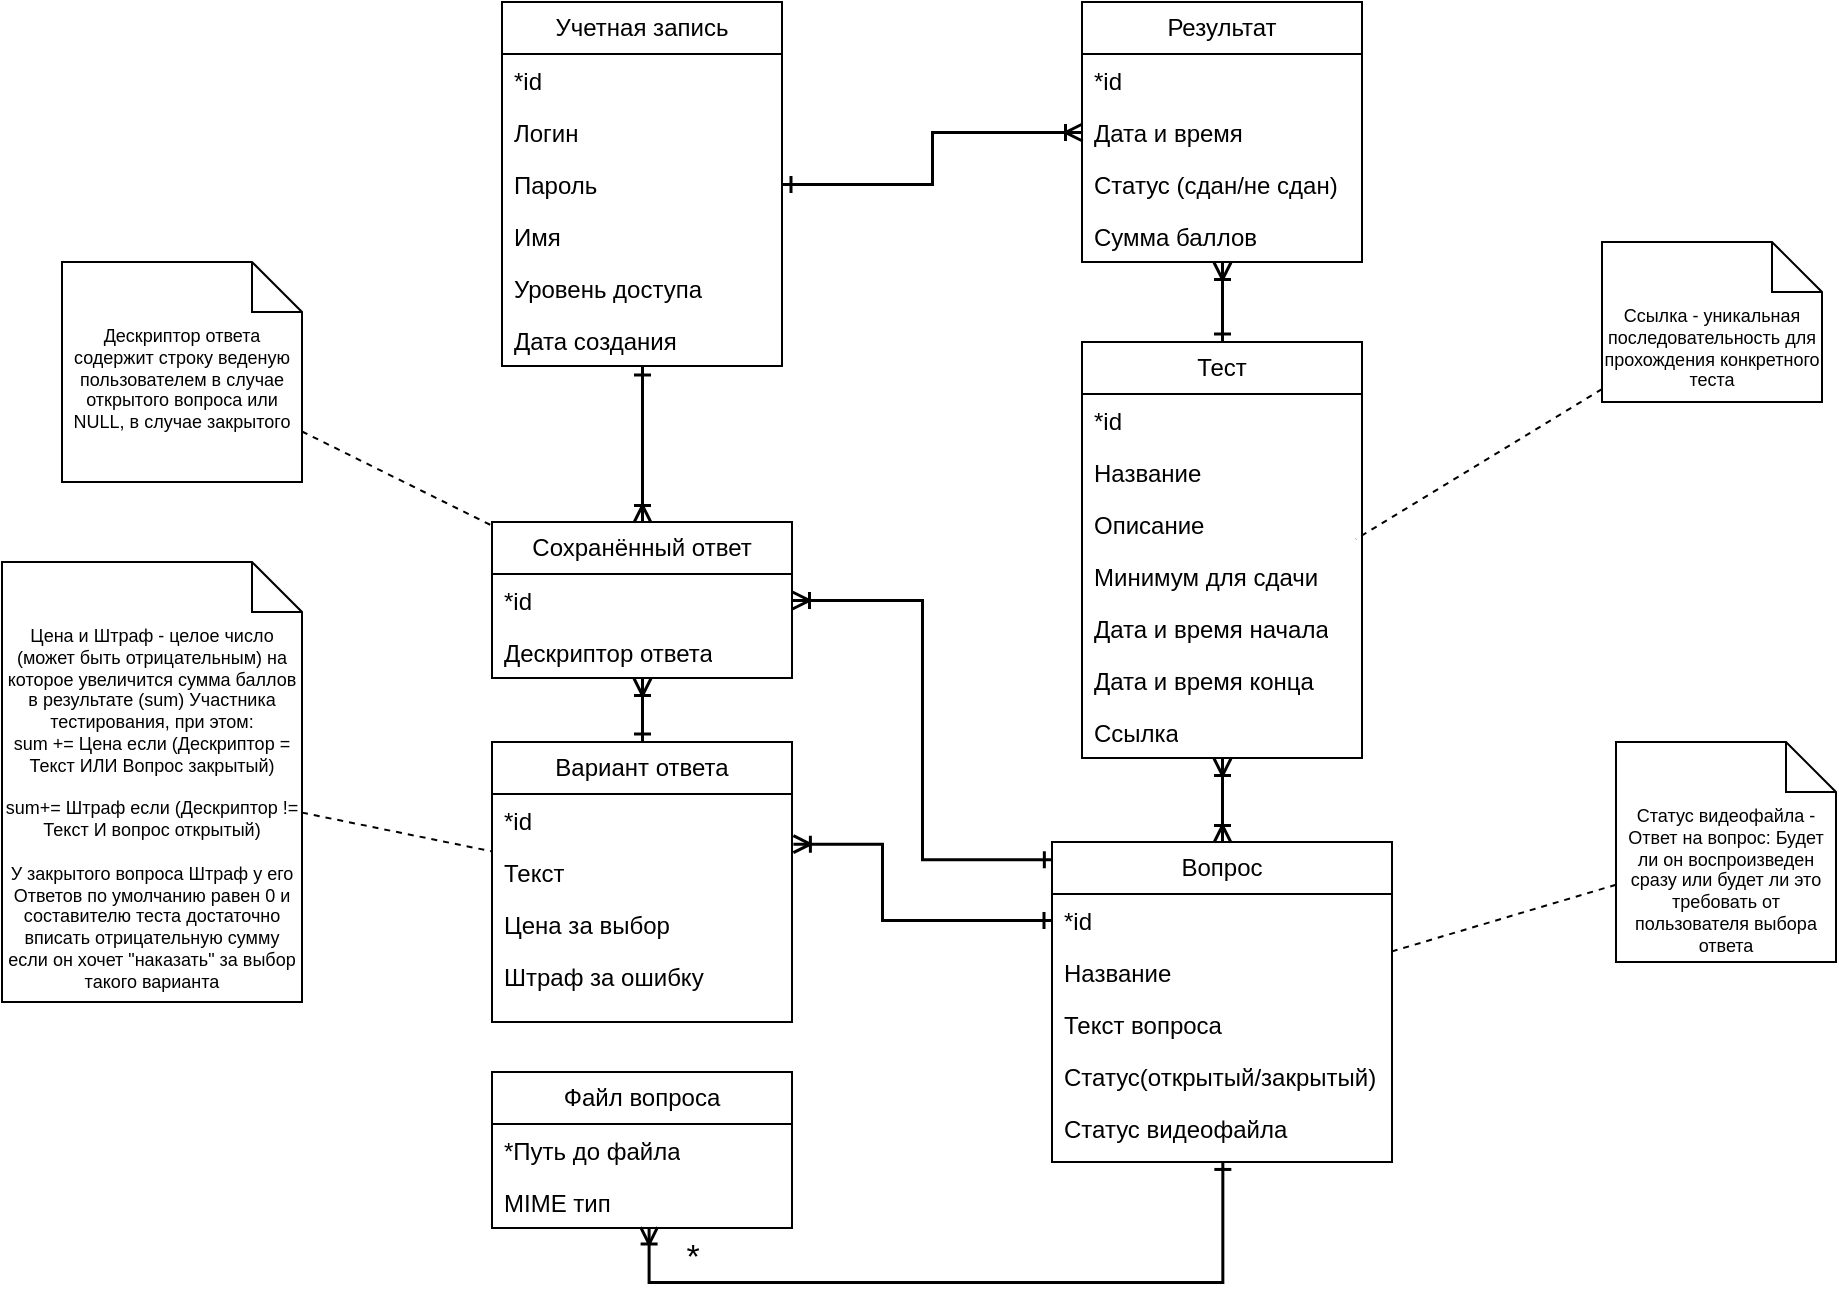
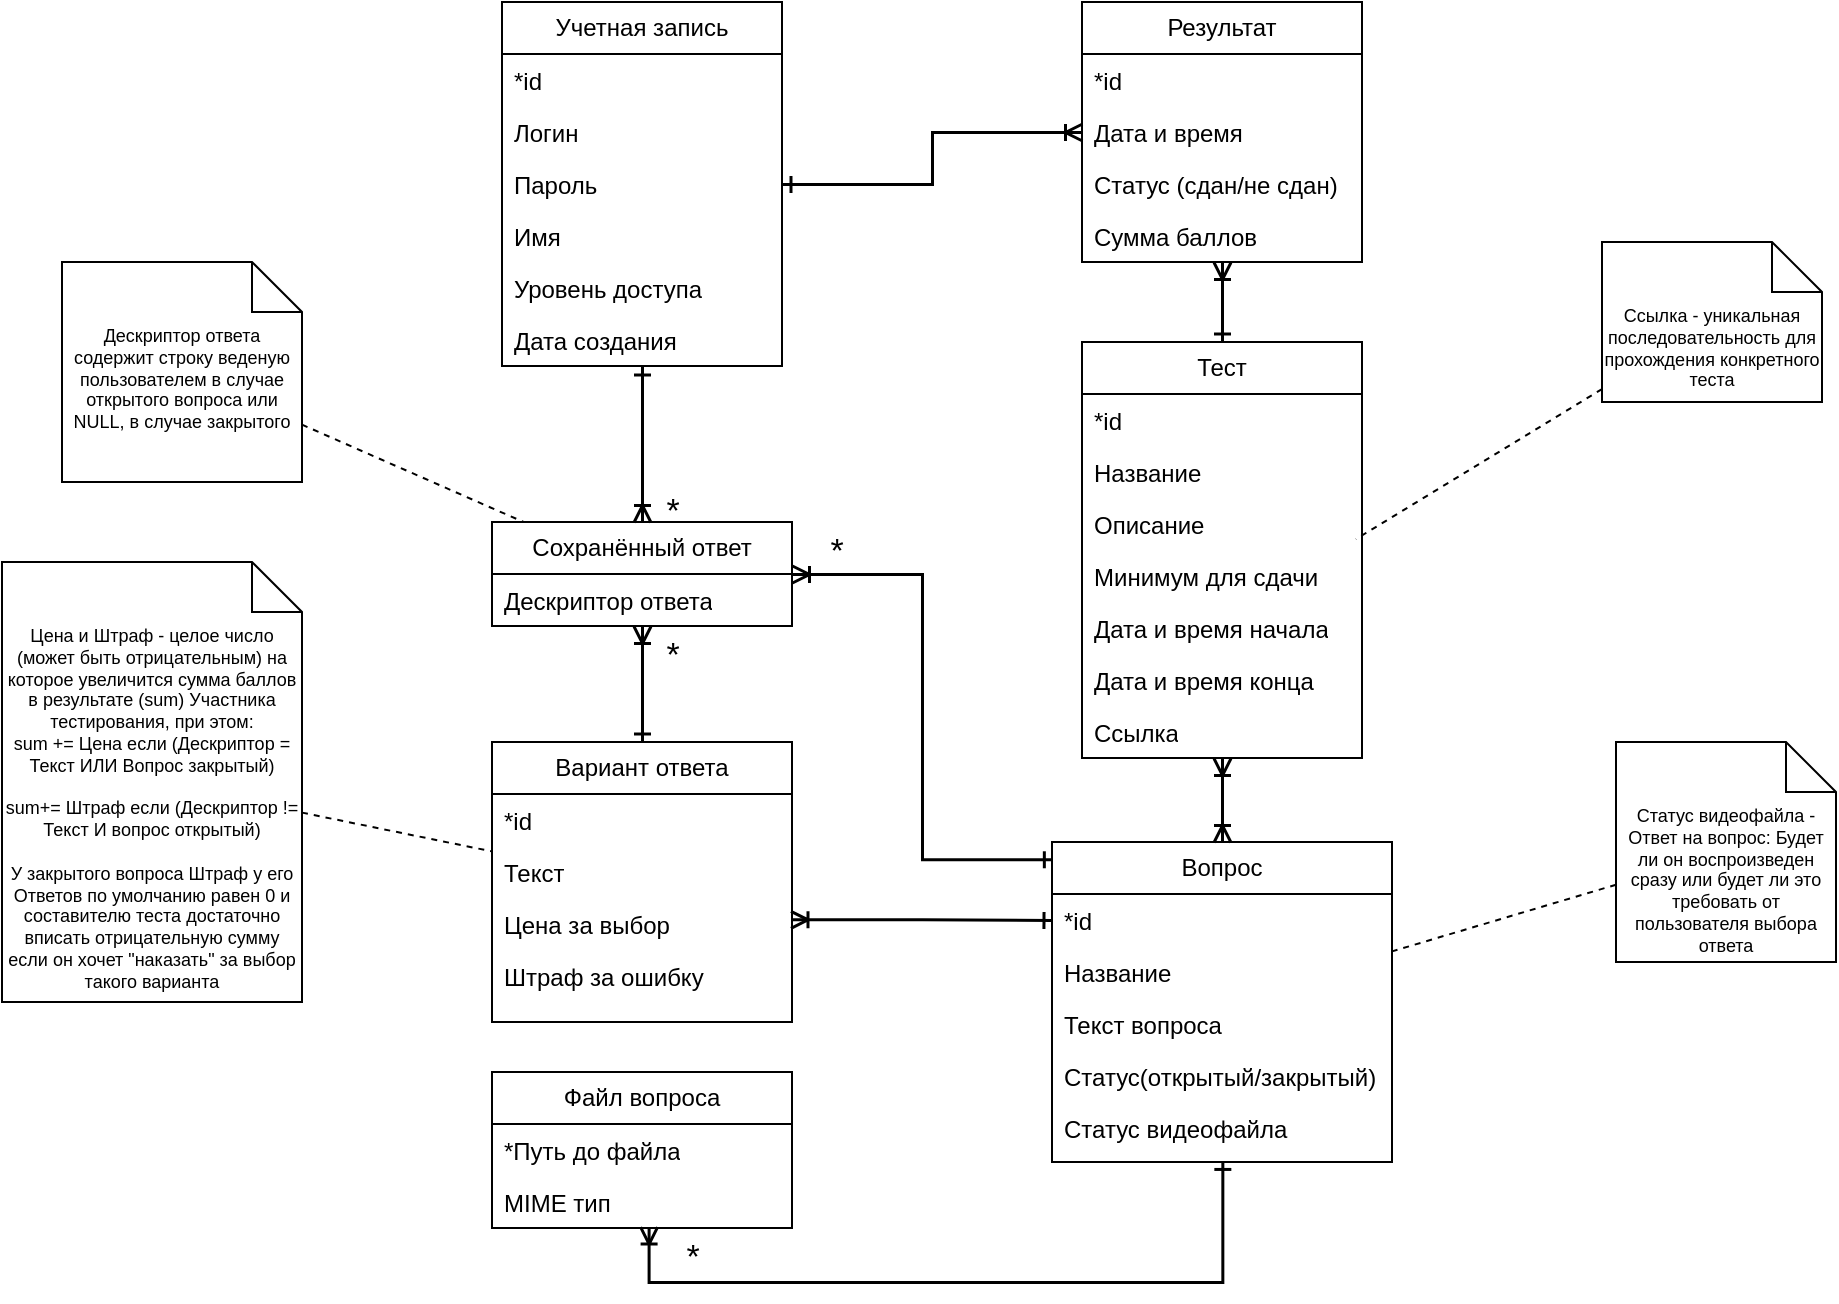
- <mxfile host="app.diagrams.net" agent="Mozilla/5.0 (Windows NT 10.0; Win64; x64) AppleWebKit/537.36 (KHTML, like Gecko) Chrome/128.0.0.0 Safari/537.36 OPR/114.0.0.0 (Edition Yx 05)" version="24.8.3">
+ <mxfile host="app.diagrams.net" agent="Mozilla/5.0 (Windows NT 10.0; Win64; x64) AppleWebKit/537.36 (KHTML, like Gecko) Chrome/128.0.0.0 Safari/537.36 OPR/114.0.0.0 (Edition Yx 05)" version="24.8.4">
  <diagram name="Страница — 1" id="Pyf_nM96_FbpkDj3g_Yq">
    <mxGraphModel dx="2084" dy="683" grid="1" gridSize="10" guides="1" tooltips="1" connect="1" arrows="1" fold="1" page="1" pageScale="1" pageWidth="827" pageHeight="1169" math="0" shadow="0">
      <root>
        <mxCell id="0" />
        <mxCell id="1" parent="0" />
-         <mxCell id="wM_eBRZhTEVxnyZsEIDz-1" value="Учетная запись" style="swimlane;fontStyle=0;childLayout=stackLayout;horizontal=1;startSize=26;fillColor=none;horizontalStack=0;resizeParent=1;resizeParentMax=0;resizeLast=0;collapsible=1;marginBottom=0;whiteSpace=wrap;html=1;" vertex="1" parent="1">
+         <mxCell id="wM_eBRZhTEVxnyZsEIDz-1" value="Учетная запись" style="swimlane;fontStyle=0;childLayout=stackLayout;horizontal=1;startSize=26;fillColor=none;horizontalStack=0;resizeParent=1;resizeParentMax=0;resizeLast=0;collapsible=1;marginBottom=0;whiteSpace=wrap;html=1;" parent="1" vertex="1">
          <mxGeometry x="160" y="50" width="140" height="182" as="geometry" />
        </mxCell>
-         <mxCell id="wM_eBRZhTEVxnyZsEIDz-2" value="*id" style="text;strokeColor=none;fillColor=none;align=left;verticalAlign=top;spacingLeft=4;spacingRight=4;overflow=hidden;rotatable=0;points=[[0,0.5],[1,0.5]];portConstraint=eastwest;whiteSpace=wrap;html=1;" vertex="1" parent="wM_eBRZhTEVxnyZsEIDz-1">
+         <mxCell id="wM_eBRZhTEVxnyZsEIDz-2" value="*id" style="text;strokeColor=none;fillColor=none;align=left;verticalAlign=top;spacingLeft=4;spacingRight=4;overflow=hidden;rotatable=0;points=[[0,0.5],[1,0.5]];portConstraint=eastwest;whiteSpace=wrap;html=1;" parent="wM_eBRZhTEVxnyZsEIDz-1" vertex="1">
          <mxGeometry y="26" width="140" height="26" as="geometry" />
        </mxCell>
-         <mxCell id="wM_eBRZhTEVxnyZsEIDz-3" value="Логин" style="text;strokeColor=none;fillColor=none;align=left;verticalAlign=top;spacingLeft=4;spacingRight=4;overflow=hidden;rotatable=0;points=[[0,0.5],[1,0.5]];portConstraint=eastwest;whiteSpace=wrap;html=1;" vertex="1" parent="wM_eBRZhTEVxnyZsEIDz-1">
+         <mxCell id="wM_eBRZhTEVxnyZsEIDz-3" value="Логин" style="text;strokeColor=none;fillColor=none;align=left;verticalAlign=top;spacingLeft=4;spacingRight=4;overflow=hidden;rotatable=0;points=[[0,0.5],[1,0.5]];portConstraint=eastwest;whiteSpace=wrap;html=1;" parent="wM_eBRZhTEVxnyZsEIDz-1" vertex="1">
          <mxGeometry y="52" width="140" height="26" as="geometry" />
        </mxCell>
-         <mxCell id="wM_eBRZhTEVxnyZsEIDz-4" value="Пароль" style="text;strokeColor=none;fillColor=none;align=left;verticalAlign=top;spacingLeft=4;spacingRight=4;overflow=hidden;rotatable=0;points=[[0,0.5],[1,0.5]];portConstraint=eastwest;whiteSpace=wrap;html=1;" vertex="1" parent="wM_eBRZhTEVxnyZsEIDz-1">
+         <mxCell id="wM_eBRZhTEVxnyZsEIDz-4" value="Пароль" style="text;strokeColor=none;fillColor=none;align=left;verticalAlign=top;spacingLeft=4;spacingRight=4;overflow=hidden;rotatable=0;points=[[0,0.5],[1,0.5]];portConstraint=eastwest;whiteSpace=wrap;html=1;" parent="wM_eBRZhTEVxnyZsEIDz-1" vertex="1">
          <mxGeometry y="78" width="140" height="26" as="geometry" />
        </mxCell>
-         <mxCell id="wM_eBRZhTEVxnyZsEIDz-5" value="Имя" style="text;strokeColor=none;fillColor=none;align=left;verticalAlign=top;spacingLeft=4;spacingRight=4;overflow=hidden;rotatable=0;points=[[0,0.5],[1,0.5]];portConstraint=eastwest;whiteSpace=wrap;html=1;" vertex="1" parent="wM_eBRZhTEVxnyZsEIDz-1">
+         <mxCell id="wM_eBRZhTEVxnyZsEIDz-5" value="Имя" style="text;strokeColor=none;fillColor=none;align=left;verticalAlign=top;spacingLeft=4;spacingRight=4;overflow=hidden;rotatable=0;points=[[0,0.5],[1,0.5]];portConstraint=eastwest;whiteSpace=wrap;html=1;" parent="wM_eBRZhTEVxnyZsEIDz-1" vertex="1">
          <mxGeometry y="104" width="140" height="26" as="geometry" />
        </mxCell>
-         <mxCell id="wM_eBRZhTEVxnyZsEIDz-7" value="Уровень доступа" style="text;strokeColor=none;fillColor=none;align=left;verticalAlign=top;spacingLeft=4;spacingRight=4;overflow=hidden;rotatable=0;points=[[0,0.5],[1,0.5]];portConstraint=eastwest;whiteSpace=wrap;html=1;" vertex="1" parent="wM_eBRZhTEVxnyZsEIDz-1">
+         <mxCell id="wM_eBRZhTEVxnyZsEIDz-7" value="Уровень доступа" style="text;strokeColor=none;fillColor=none;align=left;verticalAlign=top;spacingLeft=4;spacingRight=4;overflow=hidden;rotatable=0;points=[[0,0.5],[1,0.5]];portConstraint=eastwest;whiteSpace=wrap;html=1;" parent="wM_eBRZhTEVxnyZsEIDz-1" vertex="1">
          <mxGeometry y="130" width="140" height="26" as="geometry" />
        </mxCell>
-         <mxCell id="wM_eBRZhTEVxnyZsEIDz-6" value="Дата создания" style="text;strokeColor=none;fillColor=none;align=left;verticalAlign=top;spacingLeft=4;spacingRight=4;overflow=hidden;rotatable=0;points=[[0,0.5],[1,0.5]];portConstraint=eastwest;whiteSpace=wrap;html=1;" vertex="1" parent="wM_eBRZhTEVxnyZsEIDz-1">
+         <mxCell id="wM_eBRZhTEVxnyZsEIDz-6" value="Дата создания" style="text;strokeColor=none;fillColor=none;align=left;verticalAlign=top;spacingLeft=4;spacingRight=4;overflow=hidden;rotatable=0;points=[[0,0.5],[1,0.5]];portConstraint=eastwest;whiteSpace=wrap;html=1;" parent="wM_eBRZhTEVxnyZsEIDz-1" vertex="1">
          <mxGeometry y="156" width="140" height="26" as="geometry" />
        </mxCell>
-         <mxCell id="wM_eBRZhTEVxnyZsEIDz-16" value="Тест" style="swimlane;fontStyle=0;childLayout=stackLayout;horizontal=1;startSize=26;fillColor=none;horizontalStack=0;resizeParent=1;resizeParentMax=0;resizeLast=0;collapsible=1;marginBottom=0;whiteSpace=wrap;html=1;" vertex="1" parent="1">
+         <mxCell id="wM_eBRZhTEVxnyZsEIDz-16" value="Тест" style="swimlane;fontStyle=0;childLayout=stackLayout;horizontal=1;startSize=26;fillColor=none;horizontalStack=0;resizeParent=1;resizeParentMax=0;resizeLast=0;collapsible=1;marginBottom=0;whiteSpace=wrap;html=1;" parent="1" vertex="1">
          <mxGeometry x="450" y="220" width="140" height="208" as="geometry" />
        </mxCell>
-         <mxCell id="wM_eBRZhTEVxnyZsEIDz-17" value="*id" style="text;strokeColor=none;fillColor=none;align=left;verticalAlign=top;spacingLeft=4;spacingRight=4;overflow=hidden;rotatable=0;points=[[0,0.5],[1,0.5]];portConstraint=eastwest;whiteSpace=wrap;html=1;" vertex="1" parent="wM_eBRZhTEVxnyZsEIDz-16">
+         <mxCell id="wM_eBRZhTEVxnyZsEIDz-17" value="*id" style="text;strokeColor=none;fillColor=none;align=left;verticalAlign=top;spacingLeft=4;spacingRight=4;overflow=hidden;rotatable=0;points=[[0,0.5],[1,0.5]];portConstraint=eastwest;whiteSpace=wrap;html=1;" parent="wM_eBRZhTEVxnyZsEIDz-16" vertex="1">
          <mxGeometry y="26" width="140" height="26" as="geometry" />
        </mxCell>
-         <mxCell id="wM_eBRZhTEVxnyZsEIDz-18" value="Название" style="text;strokeColor=none;fillColor=none;align=left;verticalAlign=top;spacingLeft=4;spacingRight=4;overflow=hidden;rotatable=0;points=[[0,0.5],[1,0.5]];portConstraint=eastwest;whiteSpace=wrap;html=1;" vertex="1" parent="wM_eBRZhTEVxnyZsEIDz-16">
+         <mxCell id="wM_eBRZhTEVxnyZsEIDz-18" value="Название" style="text;strokeColor=none;fillColor=none;align=left;verticalAlign=top;spacingLeft=4;spacingRight=4;overflow=hidden;rotatable=0;points=[[0,0.5],[1,0.5]];portConstraint=eastwest;whiteSpace=wrap;html=1;" parent="wM_eBRZhTEVxnyZsEIDz-16" vertex="1">
          <mxGeometry y="52" width="140" height="26" as="geometry" />
        </mxCell>
-         <mxCell id="wM_eBRZhTEVxnyZsEIDz-19" value="Описание" style="text;strokeColor=none;fillColor=none;align=left;verticalAlign=top;spacingLeft=4;spacingRight=4;overflow=hidden;rotatable=0;points=[[0,0.5],[1,0.5]];portConstraint=eastwest;whiteSpace=wrap;html=1;" vertex="1" parent="wM_eBRZhTEVxnyZsEIDz-16">
+         <mxCell id="wM_eBRZhTEVxnyZsEIDz-19" value="Описание" style="text;strokeColor=none;fillColor=none;align=left;verticalAlign=top;spacingLeft=4;spacingRight=4;overflow=hidden;rotatable=0;points=[[0,0.5],[1,0.5]];portConstraint=eastwest;whiteSpace=wrap;html=1;" parent="wM_eBRZhTEVxnyZsEIDz-16" vertex="1">
          <mxGeometry y="78" width="140" height="26" as="geometry" />
        </mxCell>
-         <mxCell id="wM_eBRZhTEVxnyZsEIDz-20" value="Минимум для сдачи" style="text;strokeColor=none;fillColor=none;align=left;verticalAlign=top;spacingLeft=4;spacingRight=4;overflow=hidden;rotatable=0;points=[[0,0.5],[1,0.5]];portConstraint=eastwest;whiteSpace=wrap;html=1;" vertex="1" parent="wM_eBRZhTEVxnyZsEIDz-16">
+         <mxCell id="wM_eBRZhTEVxnyZsEIDz-20" value="Минимум для сдачи" style="text;strokeColor=none;fillColor=none;align=left;verticalAlign=top;spacingLeft=4;spacingRight=4;overflow=hidden;rotatable=0;points=[[0,0.5],[1,0.5]];portConstraint=eastwest;whiteSpace=wrap;html=1;" parent="wM_eBRZhTEVxnyZsEIDz-16" vertex="1">
          <mxGeometry y="104" width="140" height="26" as="geometry" />
        </mxCell>
-         <mxCell id="wM_eBRZhTEVxnyZsEIDz-21" value="Дата и время начала" style="text;strokeColor=none;fillColor=none;align=left;verticalAlign=top;spacingLeft=4;spacingRight=4;overflow=hidden;rotatable=0;points=[[0,0.5],[1,0.5]];portConstraint=eastwest;whiteSpace=wrap;html=1;" vertex="1" parent="wM_eBRZhTEVxnyZsEIDz-16">
+         <mxCell id="wM_eBRZhTEVxnyZsEIDz-21" value="Дата и время начала" style="text;strokeColor=none;fillColor=none;align=left;verticalAlign=top;spacingLeft=4;spacingRight=4;overflow=hidden;rotatable=0;points=[[0,0.5],[1,0.5]];portConstraint=eastwest;whiteSpace=wrap;html=1;" parent="wM_eBRZhTEVxnyZsEIDz-16" vertex="1">
          <mxGeometry y="130" width="140" height="26" as="geometry" />
        </mxCell>
-         <mxCell id="wM_eBRZhTEVxnyZsEIDz-22" value="Дата и время конца" style="text;strokeColor=none;fillColor=none;align=left;verticalAlign=top;spacingLeft=4;spacingRight=4;overflow=hidden;rotatable=0;points=[[0,0.5],[1,0.5]];portConstraint=eastwest;whiteSpace=wrap;html=1;" vertex="1" parent="wM_eBRZhTEVxnyZsEIDz-16">
+         <mxCell id="wM_eBRZhTEVxnyZsEIDz-22" value="Дата и время конца" style="text;strokeColor=none;fillColor=none;align=left;verticalAlign=top;spacingLeft=4;spacingRight=4;overflow=hidden;rotatable=0;points=[[0,0.5],[1,0.5]];portConstraint=eastwest;whiteSpace=wrap;html=1;" parent="wM_eBRZhTEVxnyZsEIDz-16" vertex="1">
          <mxGeometry y="156" width="140" height="26" as="geometry" />
        </mxCell>
-         <mxCell id="wM_eBRZhTEVxnyZsEIDz-23" value="Ссылка" style="text;strokeColor=none;fillColor=none;align=left;verticalAlign=top;spacingLeft=4;spacingRight=4;overflow=hidden;rotatable=0;points=[[0,0.5],[1,0.5]];portConstraint=eastwest;whiteSpace=wrap;html=1;" vertex="1" parent="wM_eBRZhTEVxnyZsEIDz-16">
+         <mxCell id="wM_eBRZhTEVxnyZsEIDz-23" value="Ссылка" style="text;strokeColor=none;fillColor=none;align=left;verticalAlign=top;spacingLeft=4;spacingRight=4;overflow=hidden;rotatable=0;points=[[0,0.5],[1,0.5]];portConstraint=eastwest;whiteSpace=wrap;html=1;" parent="wM_eBRZhTEVxnyZsEIDz-16" vertex="1">
          <mxGeometry y="182" width="140" height="26" as="geometry" />
        </mxCell>
-         <mxCell id="wM_eBRZhTEVxnyZsEIDz-24" value="Результат" style="swimlane;fontStyle=0;childLayout=stackLayout;horizontal=1;startSize=26;fillColor=none;horizontalStack=0;resizeParent=1;resizeParentMax=0;resizeLast=0;collapsible=1;marginBottom=0;whiteSpace=wrap;html=1;" vertex="1" parent="1">
+         <mxCell id="wM_eBRZhTEVxnyZsEIDz-24" value="Результат" style="swimlane;fontStyle=0;childLayout=stackLayout;horizontal=1;startSize=26;fillColor=none;horizontalStack=0;resizeParent=1;resizeParentMax=0;resizeLast=0;collapsible=1;marginBottom=0;whiteSpace=wrap;html=1;" parent="1" vertex="1">
          <mxGeometry x="450" y="50" width="140" height="130" as="geometry" />
        </mxCell>
-         <mxCell id="wM_eBRZhTEVxnyZsEIDz-25" value="*id" style="text;strokeColor=none;fillColor=none;align=left;verticalAlign=top;spacingLeft=4;spacingRight=4;overflow=hidden;rotatable=0;points=[[0,0.5],[1,0.5]];portConstraint=eastwest;whiteSpace=wrap;html=1;" vertex="1" parent="wM_eBRZhTEVxnyZsEIDz-24">
+         <mxCell id="wM_eBRZhTEVxnyZsEIDz-25" value="*id" style="text;strokeColor=none;fillColor=none;align=left;verticalAlign=top;spacingLeft=4;spacingRight=4;overflow=hidden;rotatable=0;points=[[0,0.5],[1,0.5]];portConstraint=eastwest;whiteSpace=wrap;html=1;" parent="wM_eBRZhTEVxnyZsEIDz-24" vertex="1">
          <mxGeometry y="26" width="140" height="26" as="geometry" />
        </mxCell>
-         <mxCell id="wM_eBRZhTEVxnyZsEIDz-26" value="Дата и время" style="text;strokeColor=none;fillColor=none;align=left;verticalAlign=top;spacingLeft=4;spacingRight=4;overflow=hidden;rotatable=0;points=[[0,0.5],[1,0.5]];portConstraint=eastwest;whiteSpace=wrap;html=1;" vertex="1" parent="wM_eBRZhTEVxnyZsEIDz-24">
+         <mxCell id="wM_eBRZhTEVxnyZsEIDz-26" value="Дата и время" style="text;strokeColor=none;fillColor=none;align=left;verticalAlign=top;spacingLeft=4;spacingRight=4;overflow=hidden;rotatable=0;points=[[0,0.5],[1,0.5]];portConstraint=eastwest;whiteSpace=wrap;html=1;" parent="wM_eBRZhTEVxnyZsEIDz-24" vertex="1">
          <mxGeometry y="52" width="140" height="26" as="geometry" />
        </mxCell>
-         <mxCell id="wM_eBRZhTEVxnyZsEIDz-27" value="Статус (сдан/не сдан)" style="text;strokeColor=none;fillColor=none;align=left;verticalAlign=top;spacingLeft=4;spacingRight=4;overflow=hidden;rotatable=0;points=[[0,0.5],[1,0.5]];portConstraint=eastwest;whiteSpace=wrap;html=1;" vertex="1" parent="wM_eBRZhTEVxnyZsEIDz-24">
+         <mxCell id="wM_eBRZhTEVxnyZsEIDz-27" value="Статус (сдан/не сдан)" style="text;strokeColor=none;fillColor=none;align=left;verticalAlign=top;spacingLeft=4;spacingRight=4;overflow=hidden;rotatable=0;points=[[0,0.5],[1,0.5]];portConstraint=eastwest;whiteSpace=wrap;html=1;" parent="wM_eBRZhTEVxnyZsEIDz-24" vertex="1">
          <mxGeometry y="78" width="140" height="26" as="geometry" />
        </mxCell>
-         <mxCell id="wM_eBRZhTEVxnyZsEIDz-28" value="Сумма баллов" style="text;strokeColor=none;fillColor=none;align=left;verticalAlign=top;spacingLeft=4;spacingRight=4;overflow=hidden;rotatable=0;points=[[0,0.5],[1,0.5]];portConstraint=eastwest;whiteSpace=wrap;html=1;" vertex="1" parent="wM_eBRZhTEVxnyZsEIDz-24">
+         <mxCell id="wM_eBRZhTEVxnyZsEIDz-28" value="Сумма баллов" style="text;strokeColor=none;fillColor=none;align=left;verticalAlign=top;spacingLeft=4;spacingRight=4;overflow=hidden;rotatable=0;points=[[0,0.5],[1,0.5]];portConstraint=eastwest;whiteSpace=wrap;html=1;" parent="wM_eBRZhTEVxnyZsEIDz-24" vertex="1">
          <mxGeometry y="104" width="140" height="26" as="geometry" />
        </mxCell>
-         <mxCell id="wM_eBRZhTEVxnyZsEIDz-32" value="Вопрос" style="swimlane;fontStyle=0;childLayout=stackLayout;horizontal=1;startSize=26;fillColor=none;horizontalStack=0;resizeParent=1;resizeParentMax=0;resizeLast=0;collapsible=1;marginBottom=0;whiteSpace=wrap;html=1;" vertex="1" parent="1">
+         <mxCell id="wM_eBRZhTEVxnyZsEIDz-32" value="Вопрос" style="swimlane;fontStyle=0;childLayout=stackLayout;horizontal=1;startSize=26;fillColor=none;horizontalStack=0;resizeParent=1;resizeParentMax=0;resizeLast=0;collapsible=1;marginBottom=0;whiteSpace=wrap;html=1;" parent="1" vertex="1">
          <mxGeometry x="435" y="470" width="170" height="160" as="geometry" />
        </mxCell>
-         <mxCell id="wM_eBRZhTEVxnyZsEIDz-33" value="*id" style="text;strokeColor=none;fillColor=none;align=left;verticalAlign=top;spacingLeft=4;spacingRight=4;overflow=hidden;rotatable=0;points=[[0,0.5],[1,0.5]];portConstraint=eastwest;whiteSpace=wrap;html=1;" vertex="1" parent="wM_eBRZhTEVxnyZsEIDz-32">
+         <mxCell id="wM_eBRZhTEVxnyZsEIDz-33" value="*id" style="text;strokeColor=none;fillColor=none;align=left;verticalAlign=top;spacingLeft=4;spacingRight=4;overflow=hidden;rotatable=0;points=[[0,0.5],[1,0.5]];portConstraint=eastwest;whiteSpace=wrap;html=1;" parent="wM_eBRZhTEVxnyZsEIDz-32" vertex="1">
          <mxGeometry y="26" width="170" height="26" as="geometry" />
        </mxCell>
-         <mxCell id="wM_eBRZhTEVxnyZsEIDz-34" value="Название" style="text;strokeColor=none;fillColor=none;align=left;verticalAlign=top;spacingLeft=4;spacingRight=4;overflow=hidden;rotatable=0;points=[[0,0.5],[1,0.5]];portConstraint=eastwest;whiteSpace=wrap;html=1;" vertex="1" parent="wM_eBRZhTEVxnyZsEIDz-32">
+         <mxCell id="wM_eBRZhTEVxnyZsEIDz-34" value="Название" style="text;strokeColor=none;fillColor=none;align=left;verticalAlign=top;spacingLeft=4;spacingRight=4;overflow=hidden;rotatable=0;points=[[0,0.5],[1,0.5]];portConstraint=eastwest;whiteSpace=wrap;html=1;" parent="wM_eBRZhTEVxnyZsEIDz-32" vertex="1">
          <mxGeometry y="52" width="170" height="26" as="geometry" />
        </mxCell>
-         <mxCell id="wM_eBRZhTEVxnyZsEIDz-35" value="Текст вопроса" style="text;strokeColor=none;fillColor=none;align=left;verticalAlign=top;spacingLeft=4;spacingRight=4;overflow=hidden;rotatable=0;points=[[0,0.5],[1,0.5]];portConstraint=eastwest;whiteSpace=wrap;html=1;" vertex="1" parent="wM_eBRZhTEVxnyZsEIDz-32">
+         <mxCell id="wM_eBRZhTEVxnyZsEIDz-35" value="Текст вопроса" style="text;strokeColor=none;fillColor=none;align=left;verticalAlign=top;spacingLeft=4;spacingRight=4;overflow=hidden;rotatable=0;points=[[0,0.5],[1,0.5]];portConstraint=eastwest;whiteSpace=wrap;html=1;" parent="wM_eBRZhTEVxnyZsEIDz-32" vertex="1">
          <mxGeometry y="78" width="170" height="26" as="geometry" />
        </mxCell>
-         <mxCell id="wM_eBRZhTEVxnyZsEIDz-36" value="Статус(открытый/закрытый)" style="text;strokeColor=none;fillColor=none;align=left;verticalAlign=top;spacingLeft=4;spacingRight=4;overflow=hidden;rotatable=0;points=[[0,0.5],[1,0.5]];portConstraint=eastwest;whiteSpace=wrap;html=1;" vertex="1" parent="wM_eBRZhTEVxnyZsEIDz-32">
+         <mxCell id="wM_eBRZhTEVxnyZsEIDz-36" value="Статус(открытый/закрытый)" style="text;strokeColor=none;fillColor=none;align=left;verticalAlign=top;spacingLeft=4;spacingRight=4;overflow=hidden;rotatable=0;points=[[0,0.5],[1,0.5]];portConstraint=eastwest;whiteSpace=wrap;html=1;" parent="wM_eBRZhTEVxnyZsEIDz-32" vertex="1">
          <mxGeometry y="104" width="170" height="26" as="geometry" />
        </mxCell>
-         <mxCell id="wM_eBRZhTEVxnyZsEIDz-37" value="Статус видеофайла" style="text;strokeColor=none;fillColor=none;align=left;verticalAlign=top;spacingLeft=4;spacingRight=4;overflow=hidden;rotatable=0;points=[[0,0.5],[1,0.5]];portConstraint=eastwest;whiteSpace=wrap;html=1;" vertex="1" parent="wM_eBRZhTEVxnyZsEIDz-32">
+         <mxCell id="wM_eBRZhTEVxnyZsEIDz-37" value="Статус видеофайла" style="text;strokeColor=none;fillColor=none;align=left;verticalAlign=top;spacingLeft=4;spacingRight=4;overflow=hidden;rotatable=0;points=[[0,0.5],[1,0.5]];portConstraint=eastwest;whiteSpace=wrap;html=1;" parent="wM_eBRZhTEVxnyZsEIDz-32" vertex="1">
          <mxGeometry y="130" width="170" height="30" as="geometry" />
        </mxCell>
-         <mxCell id="wM_eBRZhTEVxnyZsEIDz-39" style="edgeStyle=orthogonalEdgeStyle;rounded=0;orthogonalLoop=1;jettySize=auto;html=1;exitX=1;exitY=0.5;exitDx=0;exitDy=0;" edge="1" parent="wM_eBRZhTEVxnyZsEIDz-32" source="wM_eBRZhTEVxnyZsEIDz-33" target="wM_eBRZhTEVxnyZsEIDz-33">
+         <mxCell id="wM_eBRZhTEVxnyZsEIDz-39" style="edgeStyle=orthogonalEdgeStyle;rounded=0;orthogonalLoop=1;jettySize=auto;html=1;exitX=1;exitY=0.5;exitDx=0;exitDy=0;" parent="wM_eBRZhTEVxnyZsEIDz-32" source="wM_eBRZhTEVxnyZsEIDz-33" target="wM_eBRZhTEVxnyZsEIDz-33" edge="1">
          <mxGeometry relative="1" as="geometry" />
        </mxCell>
-         <mxCell id="wM_eBRZhTEVxnyZsEIDz-40" value="Файл вопроса" style="swimlane;fontStyle=0;childLayout=stackLayout;horizontal=1;startSize=26;fillColor=none;horizontalStack=0;resizeParent=1;resizeParentMax=0;resizeLast=0;collapsible=1;marginBottom=0;whiteSpace=wrap;html=1;" vertex="1" parent="1">
+         <mxCell id="wM_eBRZhTEVxnyZsEIDz-40" value="Файл вопроса" style="swimlane;fontStyle=0;childLayout=stackLayout;horizontal=1;startSize=26;fillColor=none;horizontalStack=0;resizeParent=1;resizeParentMax=0;resizeLast=0;collapsible=1;marginBottom=0;whiteSpace=wrap;html=1;" parent="1" vertex="1">
          <mxGeometry x="155" y="585" width="150" height="78" as="geometry" />
        </mxCell>
-         <mxCell id="wM_eBRZhTEVxnyZsEIDz-42" value="*Путь до файла" style="text;strokeColor=none;fillColor=none;align=left;verticalAlign=top;spacingLeft=4;spacingRight=4;overflow=hidden;rotatable=0;points=[[0,0.5],[1,0.5]];portConstraint=eastwest;whiteSpace=wrap;html=1;" vertex="1" parent="wM_eBRZhTEVxnyZsEIDz-40">
+         <mxCell id="wM_eBRZhTEVxnyZsEIDz-42" value="*Путь до файла" style="text;strokeColor=none;fillColor=none;align=left;verticalAlign=top;spacingLeft=4;spacingRight=4;overflow=hidden;rotatable=0;points=[[0,0.5],[1,0.5]];portConstraint=eastwest;whiteSpace=wrap;html=1;" parent="wM_eBRZhTEVxnyZsEIDz-40" vertex="1">
          <mxGeometry y="26" width="150" height="26" as="geometry" />
        </mxCell>
-         <mxCell id="wM_eBRZhTEVxnyZsEIDz-43" value="MIME тип" style="text;strokeColor=none;fillColor=none;align=left;verticalAlign=top;spacingLeft=4;spacingRight=4;overflow=hidden;rotatable=0;points=[[0,0.5],[1,0.5]];portConstraint=eastwest;whiteSpace=wrap;html=1;" vertex="1" parent="wM_eBRZhTEVxnyZsEIDz-40">
+         <mxCell id="wM_eBRZhTEVxnyZsEIDz-43" value="MIME тип" style="text;strokeColor=none;fillColor=none;align=left;verticalAlign=top;spacingLeft=4;spacingRight=4;overflow=hidden;rotatable=0;points=[[0,0.5],[1,0.5]];portConstraint=eastwest;whiteSpace=wrap;html=1;" parent="wM_eBRZhTEVxnyZsEIDz-40" vertex="1">
          <mxGeometry y="52" width="150" height="26" as="geometry" />
        </mxCell>
-         <mxCell id="wM_eBRZhTEVxnyZsEIDz-46" style="edgeStyle=orthogonalEdgeStyle;rounded=0;orthogonalLoop=1;jettySize=auto;html=1;exitX=1;exitY=0.5;exitDx=0;exitDy=0;" edge="1" parent="wM_eBRZhTEVxnyZsEIDz-40">
+         <mxCell id="wM_eBRZhTEVxnyZsEIDz-46" style="edgeStyle=orthogonalEdgeStyle;rounded=0;orthogonalLoop=1;jettySize=auto;html=1;exitX=1;exitY=0.5;exitDx=0;exitDy=0;" parent="wM_eBRZhTEVxnyZsEIDz-40" edge="1">
          <mxGeometry relative="1" as="geometry">
            <mxPoint x="170" y="39" as="sourcePoint" />
            <mxPoint x="170" y="39" as="targetPoint" />
          </mxGeometry>
        </mxCell>
-         <mxCell id="wM_eBRZhTEVxnyZsEIDz-47" value="Вариант ответа" style="swimlane;fontStyle=0;childLayout=stackLayout;horizontal=1;startSize=26;fillColor=none;horizontalStack=0;resizeParent=1;resizeParentMax=0;resizeLast=0;collapsible=1;marginBottom=0;whiteSpace=wrap;html=1;" vertex="1" parent="1">
+         <mxCell id="wM_eBRZhTEVxnyZsEIDz-47" value="Вариант ответа" style="swimlane;fontStyle=0;childLayout=stackLayout;horizontal=1;startSize=26;fillColor=none;horizontalStack=0;resizeParent=1;resizeParentMax=0;resizeLast=0;collapsible=1;marginBottom=0;whiteSpace=wrap;html=1;" parent="1" vertex="1">
          <mxGeometry x="155" y="420" width="150" height="140" as="geometry" />
        </mxCell>
-         <mxCell id="wM_eBRZhTEVxnyZsEIDz-48" value="*id" style="text;strokeColor=none;fillColor=none;align=left;verticalAlign=top;spacingLeft=4;spacingRight=4;overflow=hidden;rotatable=0;points=[[0,0.5],[1,0.5]];portConstraint=eastwest;whiteSpace=wrap;html=1;" vertex="1" parent="wM_eBRZhTEVxnyZsEIDz-47">
+         <mxCell id="wM_eBRZhTEVxnyZsEIDz-48" value="*id" style="text;strokeColor=none;fillColor=none;align=left;verticalAlign=top;spacingLeft=4;spacingRight=4;overflow=hidden;rotatable=0;points=[[0,0.5],[1,0.5]];portConstraint=eastwest;whiteSpace=wrap;html=1;" parent="wM_eBRZhTEVxnyZsEIDz-47" vertex="1">
          <mxGeometry y="26" width="150" height="26" as="geometry" />
        </mxCell>
-         <mxCell id="wM_eBRZhTEVxnyZsEIDz-49" value="Текст" style="text;strokeColor=none;fillColor=none;align=left;verticalAlign=top;spacingLeft=4;spacingRight=4;overflow=hidden;rotatable=0;points=[[0,0.5],[1,0.5]];portConstraint=eastwest;whiteSpace=wrap;html=1;" vertex="1" parent="wM_eBRZhTEVxnyZsEIDz-47">
+         <mxCell id="wM_eBRZhTEVxnyZsEIDz-49" value="Текст" style="text;strokeColor=none;fillColor=none;align=left;verticalAlign=top;spacingLeft=4;spacingRight=4;overflow=hidden;rotatable=0;points=[[0,0.5],[1,0.5]];portConstraint=eastwest;whiteSpace=wrap;html=1;" parent="wM_eBRZhTEVxnyZsEIDz-47" vertex="1">
          <mxGeometry y="52" width="150" height="26" as="geometry" />
        </mxCell>
-         <mxCell id="wM_eBRZhTEVxnyZsEIDz-50" style="edgeStyle=orthogonalEdgeStyle;rounded=0;orthogonalLoop=1;jettySize=auto;html=1;exitX=1;exitY=0.5;exitDx=0;exitDy=0;" edge="1" parent="wM_eBRZhTEVxnyZsEIDz-47">
+         <mxCell id="wM_eBRZhTEVxnyZsEIDz-50" style="edgeStyle=orthogonalEdgeStyle;rounded=0;orthogonalLoop=1;jettySize=auto;html=1;exitX=1;exitY=0.5;exitDx=0;exitDy=0;" parent="wM_eBRZhTEVxnyZsEIDz-47" edge="1">
          <mxGeometry relative="1" as="geometry">
            <mxPoint x="170" y="39" as="sourcePoint" />
            <mxPoint x="170" y="39" as="targetPoint" />
          </mxGeometry>
        </mxCell>
-         <mxCell id="wM_eBRZhTEVxnyZsEIDz-51" value="Цена за выбор" style="text;strokeColor=none;fillColor=none;align=left;verticalAlign=top;spacingLeft=4;spacingRight=4;overflow=hidden;rotatable=0;points=[[0,0.5],[1,0.5]];portConstraint=eastwest;whiteSpace=wrap;html=1;" vertex="1" parent="wM_eBRZhTEVxnyZsEIDz-47">
+         <mxCell id="wM_eBRZhTEVxnyZsEIDz-51" value="Цена за выбор" style="text;strokeColor=none;fillColor=none;align=left;verticalAlign=top;spacingLeft=4;spacingRight=4;overflow=hidden;rotatable=0;points=[[0,0.5],[1,0.5]];portConstraint=eastwest;whiteSpace=wrap;html=1;" parent="wM_eBRZhTEVxnyZsEIDz-47" vertex="1">
          <mxGeometry y="78" width="150" height="26" as="geometry" />
        </mxCell>
-         <mxCell id="wM_eBRZhTEVxnyZsEIDz-52" value="Штраф за ошибку" style="text;strokeColor=none;fillColor=none;align=left;verticalAlign=top;spacingLeft=4;spacingRight=4;overflow=hidden;rotatable=0;points=[[0,0.5],[1,0.5]];portConstraint=eastwest;whiteSpace=wrap;html=1;" vertex="1" parent="wM_eBRZhTEVxnyZsEIDz-47">
+         <mxCell id="wM_eBRZhTEVxnyZsEIDz-52" value="Штраф за ошибку" style="text;strokeColor=none;fillColor=none;align=left;verticalAlign=top;spacingLeft=4;spacingRight=4;overflow=hidden;rotatable=0;points=[[0,0.5],[1,0.5]];portConstraint=eastwest;whiteSpace=wrap;html=1;" parent="wM_eBRZhTEVxnyZsEIDz-47" vertex="1">
          <mxGeometry y="104" width="150" height="36" as="geometry" />
        </mxCell>
-         <mxCell id="wM_eBRZhTEVxnyZsEIDz-53" value="Сохранённый ответ" style="swimlane;fontStyle=0;childLayout=stackLayout;horizontal=1;startSize=26;fillColor=none;horizontalStack=0;resizeParent=1;resizeParentMax=0;resizeLast=0;collapsible=1;marginBottom=0;whiteSpace=wrap;html=1;" vertex="1" parent="1">
-           <mxGeometry x="155" y="310" width="150" height="78" as="geometry" />
-         </mxCell>
-         <mxCell id="wM_eBRZhTEVxnyZsEIDz-54" value="*id" style="text;strokeColor=none;fillColor=none;align=left;verticalAlign=top;spacingLeft=4;spacingRight=4;overflow=hidden;rotatable=0;points=[[0,0.5],[1,0.5]];portConstraint=eastwest;whiteSpace=wrap;html=1;" vertex="1" parent="wM_eBRZhTEVxnyZsEIDz-53">
+         <mxCell id="wM_eBRZhTEVxnyZsEIDz-53" value="Сохранённый ответ" style="swimlane;fontStyle=0;childLayout=stackLayout;horizontal=1;startSize=26;fillColor=none;horizontalStack=0;resizeParent=1;resizeParentMax=0;resizeLast=0;collapsible=1;marginBottom=0;whiteSpace=wrap;html=1;" parent="1" vertex="1">
+           <mxGeometry x="155" y="310" width="150" height="52" as="geometry" />
+         </mxCell>
+         <mxCell id="wM_eBRZhTEVxnyZsEIDz-55" value="Дескриптор ответа" style="text;strokeColor=none;fillColor=none;align=left;verticalAlign=top;spacingLeft=4;spacingRight=4;overflow=hidden;rotatable=0;points=[[0,0.5],[1,0.5]];portConstraint=eastwest;whiteSpace=wrap;html=1;" parent="wM_eBRZhTEVxnyZsEIDz-53" vertex="1">
          <mxGeometry y="26" width="150" height="26" as="geometry" />
        </mxCell>
-         <mxCell id="wM_eBRZhTEVxnyZsEIDz-55" value="Дескриптор ответа" style="text;strokeColor=none;fillColor=none;align=left;verticalAlign=top;spacingLeft=4;spacingRight=4;overflow=hidden;rotatable=0;points=[[0,0.5],[1,0.5]];portConstraint=eastwest;whiteSpace=wrap;html=1;" vertex="1" parent="wM_eBRZhTEVxnyZsEIDz-53">
-           <mxGeometry y="52" width="150" height="26" as="geometry" />
-         </mxCell>
-         <mxCell id="wM_eBRZhTEVxnyZsEIDz-56" style="edgeStyle=orthogonalEdgeStyle;rounded=0;orthogonalLoop=1;jettySize=auto;html=1;exitX=1;exitY=0.5;exitDx=0;exitDy=0;" edge="1" parent="wM_eBRZhTEVxnyZsEIDz-53">
+         <mxCell id="wM_eBRZhTEVxnyZsEIDz-56" style="edgeStyle=orthogonalEdgeStyle;rounded=0;orthogonalLoop=1;jettySize=auto;html=1;exitX=1;exitY=0.5;exitDx=0;exitDy=0;" parent="wM_eBRZhTEVxnyZsEIDz-53" edge="1">
          <mxGeometry relative="1" as="geometry">
            <mxPoint x="170" y="39" as="sourcePoint" />
            <mxPoint x="170" y="39" as="targetPoint" />
          </mxGeometry>
        </mxCell>
-         <mxCell id="wM_eBRZhTEVxnyZsEIDz-60" value="Дескриптор ответа содержит строку веденую пользователем в случае открытого вопроса или NULL, в случае закрытого" style="shape=note2;boundedLbl=1;whiteSpace=wrap;html=1;size=25;verticalAlign=top;align=center;fontSize=9;" vertex="1" parent="1">
+         <mxCell id="wM_eBRZhTEVxnyZsEIDz-60" value="Дескриптор ответа содержит строку веденую пользователем в случае открытого вопроса или NULL, в случае закрытого" style="shape=note2;boundedLbl=1;whiteSpace=wrap;html=1;size=25;verticalAlign=top;align=center;fontSize=9;" parent="1" vertex="1">
          <mxGeometry x="-60" y="180" width="120" height="110" as="geometry" />
        </mxCell>
-         <mxCell id="wM_eBRZhTEVxnyZsEIDz-61" value="" style="endArrow=none;dashed=1;html=1;rounded=0;" edge="1" parent="1" source="wM_eBRZhTEVxnyZsEIDz-60" target="wM_eBRZhTEVxnyZsEIDz-53">
+         <mxCell id="wM_eBRZhTEVxnyZsEIDz-61" value="" style="endArrow=none;dashed=1;html=1;rounded=0;" parent="1" source="wM_eBRZhTEVxnyZsEIDz-60" target="wM_eBRZhTEVxnyZsEIDz-53" edge="1">
          <mxGeometry width="50" height="50" relative="1" as="geometry">
            <mxPoint x="410" y="370" as="sourcePoint" />
            <mxPoint x="460" y="320" as="targetPoint" />
          </mxGeometry>
        </mxCell>
-         <mxCell id="wM_eBRZhTEVxnyZsEIDz-62" value="&lt;div style=&quot;font-size: 9px;&quot;&gt;&lt;font style=&quot;font-size: 9px;&quot;&gt;Цена и Штраф - целое число (может быть отрицательным) на которое увеличится сумма баллов в результате (sum) Участника тестирования, при этом:&lt;/font&gt;&lt;/div&gt;&lt;div style=&quot;font-size: 9px;&quot;&gt;sum += Цена если (Дескриптор = Текст ИЛИ Вопрос закрытый)&lt;/div&gt;&lt;div style=&quot;font-size: 9px;&quot;&gt;&lt;br&gt;&lt;/div&gt;&lt;div style=&quot;font-size: 9px;&quot;&gt;sum+= Штраф если (Дескриптор != Текст И вопрос открытый)&lt;/div&gt;&lt;div style=&quot;font-size: 9px;&quot;&gt;&lt;br&gt;&lt;/div&gt;&lt;div style=&quot;font-size: 9px;&quot;&gt;У закрытого вопроса Штраф у его Ответов по умолчанию равен 0 и составителю теста достаточно вписать отрицательную сумму если он хочет &quot;наказать&quot; за выбор такого варианта&lt;/div&gt;" style="shape=note2;boundedLbl=1;whiteSpace=wrap;html=1;size=25;verticalAlign=top;align=center;fontSize=9;" vertex="1" parent="1">
+         <mxCell id="wM_eBRZhTEVxnyZsEIDz-62" value="&lt;div style=&quot;font-size: 9px;&quot;&gt;&lt;font style=&quot;font-size: 9px;&quot;&gt;Цена и Штраф - целое число (может быть отрицательным) на которое увеличится сумма баллов в результате (sum) Участника тестирования, при этом:&lt;/font&gt;&lt;/div&gt;&lt;div style=&quot;font-size: 9px;&quot;&gt;sum += Цена если (Дескриптор = Текст ИЛИ Вопрос закрытый)&lt;/div&gt;&lt;div style=&quot;font-size: 9px;&quot;&gt;&lt;br&gt;&lt;/div&gt;&lt;div style=&quot;font-size: 9px;&quot;&gt;sum+= Штраф если (Дескриптор != Текст И вопрос открытый)&lt;/div&gt;&lt;div style=&quot;font-size: 9px;&quot;&gt;&lt;br&gt;&lt;/div&gt;&lt;div style=&quot;font-size: 9px;&quot;&gt;У закрытого вопроса Штраф у его Ответов по умолчанию равен 0 и составителю теста достаточно вписать отрицательную сумму если он хочет &quot;наказать&quot; за выбор такого варианта&lt;/div&gt;" style="shape=note2;boundedLbl=1;whiteSpace=wrap;html=1;size=25;verticalAlign=top;align=center;fontSize=9;" parent="1" vertex="1">
          <mxGeometry x="-90" y="330" width="150" height="220" as="geometry" />
        </mxCell>
-         <mxCell id="wM_eBRZhTEVxnyZsEIDz-63" value="" style="endArrow=none;dashed=1;html=1;rounded=0;" edge="1" parent="1" source="wM_eBRZhTEVxnyZsEIDz-62" target="wM_eBRZhTEVxnyZsEIDz-47">
+         <mxCell id="wM_eBRZhTEVxnyZsEIDz-63" value="" style="endArrow=none;dashed=1;html=1;rounded=0;" parent="1" source="wM_eBRZhTEVxnyZsEIDz-62" target="wM_eBRZhTEVxnyZsEIDz-47" edge="1">
          <mxGeometry width="50" height="50" relative="1" as="geometry">
            <mxPoint x="120" y="400.55" as="sourcePoint" />
            <mxPoint x="150" y="409.55" as="targetPoint" />
          </mxGeometry>
        </mxCell>
-         <mxCell id="wM_eBRZhTEVxnyZsEIDz-64" value="&lt;div style=&quot;font-size: 9px;&quot;&gt;Ссылка - уникальная последовательность для прохождения конкретного теста&lt;/div&gt;" style="shape=note2;boundedLbl=1;whiteSpace=wrap;html=1;size=25;verticalAlign=top;align=center;fontSize=9;" vertex="1" parent="1">
+         <mxCell id="wM_eBRZhTEVxnyZsEIDz-64" value="&lt;div style=&quot;font-size: 9px;&quot;&gt;Ссылка - уникальная последовательность для прохождения конкретного теста&lt;/div&gt;" style="shape=note2;boundedLbl=1;whiteSpace=wrap;html=1;size=25;verticalAlign=top;align=center;fontSize=9;" parent="1" vertex="1">
          <mxGeometry x="710" y="170" width="110" height="80" as="geometry" />
        </mxCell>
-         <mxCell id="wM_eBRZhTEVxnyZsEIDz-66" value="" style="endArrow=none;dashed=1;html=1;rounded=0;" edge="1" parent="1" source="wM_eBRZhTEVxnyZsEIDz-67" target="wM_eBRZhTEVxnyZsEIDz-32">
+         <mxCell id="wM_eBRZhTEVxnyZsEIDz-66" value="" style="endArrow=none;dashed=1;html=1;rounded=0;" parent="1" source="wM_eBRZhTEVxnyZsEIDz-67" target="wM_eBRZhTEVxnyZsEIDz-32" edge="1">
          <mxGeometry width="50" height="50" relative="1" as="geometry">
            <mxPoint x="750" y="390.00428571428574" as="sourcePoint" />
            <mxPoint x="630" y="448.28999999999996" as="targetPoint" />
          </mxGeometry>
        </mxCell>
-         <mxCell id="wM_eBRZhTEVxnyZsEIDz-67" value="&lt;div style=&quot;font-size: 9px;&quot;&gt;Статус видеофайла - Ответ на вопрос: Будет ли он воспроизведен сразу или будет ли это требовать от пользователя выбора ответа&lt;/div&gt;" style="shape=note2;boundedLbl=1;whiteSpace=wrap;html=1;size=25;verticalAlign=top;align=center;fontSize=9;" vertex="1" parent="1">
+         <mxCell id="wM_eBRZhTEVxnyZsEIDz-67" value="&lt;div style=&quot;font-size: 9px;&quot;&gt;Статус видеофайла - Ответ на вопрос: Будет ли он воспроизведен сразу или будет ли это требовать от пользователя выбора ответа&lt;/div&gt;" style="shape=note2;boundedLbl=1;whiteSpace=wrap;html=1;size=25;verticalAlign=top;align=center;fontSize=9;" parent="1" vertex="1">
          <mxGeometry x="717" y="420" width="110" height="110" as="geometry" />
        </mxCell>
-         <mxCell id="wM_eBRZhTEVxnyZsEIDz-68" value="" style="endArrow=none;dashed=1;html=1;rounded=0;entryX=0.978;entryY=0.792;entryDx=0;entryDy=0;entryPerimeter=0;" edge="1" parent="1" source="wM_eBRZhTEVxnyZsEIDz-64" target="wM_eBRZhTEVxnyZsEIDz-19">
+         <mxCell id="wM_eBRZhTEVxnyZsEIDz-68" value="" style="endArrow=none;dashed=1;html=1;rounded=0;entryX=0.978;entryY=0.792;entryDx=0;entryDy=0;entryPerimeter=0;" parent="1" source="wM_eBRZhTEVxnyZsEIDz-64" target="wM_eBRZhTEVxnyZsEIDz-19" edge="1">
          <mxGeometry width="50" height="50" relative="1" as="geometry">
            <mxPoint x="732" y="339.63" as="sourcePoint" />
            <mxPoint x="620" y="373.63" as="targetPoint" />
          </mxGeometry>
        </mxCell>
-         <mxCell id="wM_eBRZhTEVxnyZsEIDz-69" value="" style="endArrow=ERoneToMany;html=1;rounded=0;fontSize=11;strokeWidth=1.5;endFill=0;startArrow=ERoneToMany;startFill=0;" edge="1" parent="1" source="wM_eBRZhTEVxnyZsEIDz-32" target="wM_eBRZhTEVxnyZsEIDz-16">
+         <mxCell id="wM_eBRZhTEVxnyZsEIDz-69" value="" style="endArrow=ERoneToMany;html=1;rounded=0;fontSize=11;strokeWidth=1.5;endFill=0;startArrow=ERoneToMany;startFill=0;" parent="1" source="wM_eBRZhTEVxnyZsEIDz-32" target="wM_eBRZhTEVxnyZsEIDz-16" edge="1">
          <mxGeometry width="50" height="50" relative="1" as="geometry">
            <mxPoint x="370" y="300" as="sourcePoint" />
            <mxPoint x="370" y="260" as="targetPoint" />
          </mxGeometry>
        </mxCell>
-         <mxCell id="wM_eBRZhTEVxnyZsEIDz-70" value="" style="endArrow=ERone;html=1;rounded=0;fontSize=11;strokeWidth=1.5;endFill=0;startArrow=ERoneToMany;startFill=0;" edge="1" parent="1" target="wM_eBRZhTEVxnyZsEIDz-16">
+         <mxCell id="wM_eBRZhTEVxnyZsEIDz-70" value="" style="endArrow=ERone;html=1;rounded=0;fontSize=11;strokeWidth=1.5;endFill=0;startArrow=ERoneToMany;startFill=0;" parent="1" target="wM_eBRZhTEVxnyZsEIDz-16" edge="1">
          <mxGeometry width="50" height="50" relative="1" as="geometry">
            <mxPoint x="520" y="180" as="sourcePoint" />
            <mxPoint x="350" y="260" as="targetPoint" />
          </mxGeometry>
        </mxCell>
-         <mxCell id="wM_eBRZhTEVxnyZsEIDz-71" value="" style="endArrow=ERone;html=1;rounded=0;fontSize=11;strokeWidth=1.5;endFill=0;startArrow=ERoneToMany;startFill=0;edgeStyle=elbowEdgeStyle;" edge="1" parent="1" source="wM_eBRZhTEVxnyZsEIDz-24" target="wM_eBRZhTEVxnyZsEIDz-1">
+         <mxCell id="wM_eBRZhTEVxnyZsEIDz-71" value="" style="endArrow=ERone;html=1;rounded=0;fontSize=11;strokeWidth=1.5;endFill=0;startArrow=ERoneToMany;startFill=0;edgeStyle=elbowEdgeStyle;" parent="1" source="wM_eBRZhTEVxnyZsEIDz-24" target="wM_eBRZhTEVxnyZsEIDz-1" edge="1">
          <mxGeometry width="50" height="50" relative="1" as="geometry">
            <mxPoint x="320" y="180" as="sourcePoint" />
            <mxPoint x="380" y="190" as="targetPoint" />
          </mxGeometry>
        </mxCell>
-         <mxCell id="wM_eBRZhTEVxnyZsEIDz-72" value="" style="endArrow=ERone;html=1;rounded=0;fontSize=11;strokeWidth=1.5;endFill=0;startArrow=ERoneToMany;startFill=0;" edge="1" parent="1" source="wM_eBRZhTEVxnyZsEIDz-53" target="wM_eBRZhTEVxnyZsEIDz-1">
+         <mxCell id="wM_eBRZhTEVxnyZsEIDz-72" value="" style="endArrow=ERone;html=1;rounded=0;fontSize=11;strokeWidth=1.5;endFill=0;startArrow=ERoneToMany;startFill=0;" parent="1" source="wM_eBRZhTEVxnyZsEIDz-53" target="wM_eBRZhTEVxnyZsEIDz-1" edge="1">
          <mxGeometry width="50" height="50" relative="1" as="geometry">
            <mxPoint x="460" y="189.72" as="sourcePoint" />
            <mxPoint x="310" y="203.72" as="targetPoint" />
          </mxGeometry>
        </mxCell>
-         <mxCell id="wM_eBRZhTEVxnyZsEIDz-73" value="" style="endArrow=ERone;html=1;rounded=0;fontSize=11;strokeWidth=1.5;endFill=0;startArrow=ERoneToMany;startFill=0;" edge="1" parent="1" source="wM_eBRZhTEVxnyZsEIDz-53" target="wM_eBRZhTEVxnyZsEIDz-47">
+         <mxCell id="wM_eBRZhTEVxnyZsEIDz-73" value="" style="endArrow=ERone;html=1;rounded=0;fontSize=11;strokeWidth=1.5;endFill=0;startArrow=ERoneToMany;startFill=0;" parent="1" source="wM_eBRZhTEVxnyZsEIDz-53" target="wM_eBRZhTEVxnyZsEIDz-47" edge="1">
          <mxGeometry width="50" height="50" relative="1" as="geometry">
            <mxPoint x="360" y="338" as="sourcePoint" />
            <mxPoint x="360" y="260" as="targetPoint" />
          </mxGeometry>
        </mxCell>
-         <mxCell id="wM_eBRZhTEVxnyZsEIDz-74" value="" style="endArrow=ERone;html=1;rounded=0;fontSize=11;strokeWidth=1.5;endFill=0;startArrow=ERoneToMany;startFill=0;edgeStyle=elbowEdgeStyle;entryX=0.001;entryY=0.054;entryDx=0;entryDy=0;entryPerimeter=0;" edge="1" parent="1" source="wM_eBRZhTEVxnyZsEIDz-53" target="wM_eBRZhTEVxnyZsEIDz-32">
+         <mxCell id="wM_eBRZhTEVxnyZsEIDz-74" value="" style="endArrow=ERone;html=1;rounded=0;fontSize=11;strokeWidth=1.5;endFill=0;startArrow=ERoneToMany;startFill=0;edgeStyle=elbowEdgeStyle;entryX=0.001;entryY=0.054;entryDx=0;entryDy=0;entryPerimeter=0;" parent="1" source="wM_eBRZhTEVxnyZsEIDz-53" target="wM_eBRZhTEVxnyZsEIDz-32" edge="1">
          <mxGeometry width="50" height="50" relative="1" as="geometry">
            <mxPoint x="360" y="380" as="sourcePoint" />
            <mxPoint x="360" y="412" as="targetPoint" />
          </mxGeometry>
        </mxCell>
-         <mxCell id="wM_eBRZhTEVxnyZsEIDz-75" value="" style="endArrow=ERone;html=1;rounded=0;fontSize=11;strokeWidth=1.5;endFill=0;startArrow=ERoneToMany;startFill=0;edgeStyle=elbowEdgeStyle;entryX=0.501;entryY=0.974;entryDx=0;entryDy=0;entryPerimeter=0;exitX=0.522;exitY=0.973;exitDx=0;exitDy=0;exitPerimeter=0;" edge="1" parent="1" source="wM_eBRZhTEVxnyZsEIDz-43" target="wM_eBRZhTEVxnyZsEIDz-37">
+         <mxCell id="wM_eBRZhTEVxnyZsEIDz-75" value="" style="endArrow=ERone;html=1;rounded=0;fontSize=11;strokeWidth=1.5;endFill=0;startArrow=ERoneToMany;startFill=0;edgeStyle=elbowEdgeStyle;entryX=0.501;entryY=0.974;entryDx=0;entryDy=0;entryPerimeter=0;exitX=0.522;exitY=0.973;exitDx=0;exitDy=0;exitPerimeter=0;" parent="1" source="wM_eBRZhTEVxnyZsEIDz-43" target="wM_eBRZhTEVxnyZsEIDz-37" edge="1">
          <mxGeometry width="50" height="50" relative="1" as="geometry">
            <mxPoint x="320" y="600" as="sourcePoint" />
            <mxPoint x="430" y="570" as="targetPoint" />
            <Array as="points">
              <mxPoint x="400" y="690" />
            </Array>
          </mxGeometry>
        </mxCell>
-         <mxCell id="wM_eBRZhTEVxnyZsEIDz-76" value="" style="endArrow=ERone;html=1;rounded=0;fontSize=11;strokeWidth=1.5;endFill=0;startArrow=ERoneToMany;startFill=0;edgeStyle=elbowEdgeStyle;entryX=0;entryY=0.5;entryDx=0;entryDy=0;exitX=1.003;exitY=0.956;exitDx=0;exitDy=0;exitPerimeter=0;" edge="1" parent="1" source="wM_eBRZhTEVxnyZsEIDz-48" target="wM_eBRZhTEVxnyZsEIDz-33">
+         <mxCell id="wM_eBRZhTEVxnyZsEIDz-76" value="" style="endArrow=ERone;html=1;rounded=0;fontSize=11;strokeWidth=1.5;endFill=0;startArrow=ERoneToMany;startFill=0;edgeStyle=elbowEdgeStyle;entryX=0;entryY=0.5;entryDx=0;entryDy=0;exitX=0.995;exitY=0.411;exitDx=0;exitDy=0;exitPerimeter=0;" parent="1" source="wM_eBRZhTEVxnyZsEIDz-51" target="wM_eBRZhTEVxnyZsEIDz-33" edge="1">
          <mxGeometry width="50" height="50" relative="1" as="geometry">
            <mxPoint x="320" y="674" as="sourcePoint" />
            <mxPoint x="450" y="600" as="targetPoint" />
            <Array as="points">
-               <mxPoint x="350" y="490" />
+               <mxPoint x="370" y="509" />
            </Array>
          </mxGeometry>
        </mxCell>
-         <mxCell id="wM_eBRZhTEVxnyZsEIDz-77" value="&lt;font style=&quot;font-size: 17px;&quot;&gt;*&lt;/font&gt;" style="text;html=1;align=center;verticalAlign=middle;resizable=0;points=[];autosize=1;strokeColor=none;fillColor=none;" vertex="1" parent="1">
+         <mxCell id="wM_eBRZhTEVxnyZsEIDz-77" value="&lt;font style=&quot;font-size: 17px;&quot;&gt;*&lt;/font&gt;" style="text;html=1;align=center;verticalAlign=middle;resizable=0;points=[];autosize=1;strokeColor=none;fillColor=none;" parent="1" vertex="1">
          <mxGeometry x="240" y="663" width="30" height="30" as="geometry" />
+         </mxCell>
+         <mxCell id="K9gY24fmgYUeKlU7s8uO-1" value="&lt;font style=&quot;font-size: 17px;&quot;&gt;*&lt;/font&gt;" style="text;html=1;align=center;verticalAlign=middle;resizable=0;points=[];autosize=1;strokeColor=none;fillColor=none;" vertex="1" parent="1">
+           <mxGeometry x="230" y="362" width="30" height="30" as="geometry" />
+         </mxCell>
+         <mxCell id="K9gY24fmgYUeKlU7s8uO-2" value="&lt;font style=&quot;font-size: 17px;&quot;&gt;*&lt;/font&gt;" style="text;html=1;align=center;verticalAlign=middle;resizable=0;points=[];autosize=1;strokeColor=none;fillColor=none;" vertex="1" parent="1">
+           <mxGeometry x="312" y="310" width="30" height="30" as="geometry" />
+         </mxCell>
+         <mxCell id="K9gY24fmgYUeKlU7s8uO-3" value="&lt;font style=&quot;font-size: 17px;&quot;&gt;*&lt;/font&gt;" style="text;html=1;align=center;verticalAlign=middle;resizable=0;points=[];autosize=1;strokeColor=none;fillColor=none;" vertex="1" parent="1">
+           <mxGeometry x="230" y="290" width="30" height="30" as="geometry" />
        </mxCell>
      </root>
    </mxGraphModel>
  </diagram>
</mxfile>
